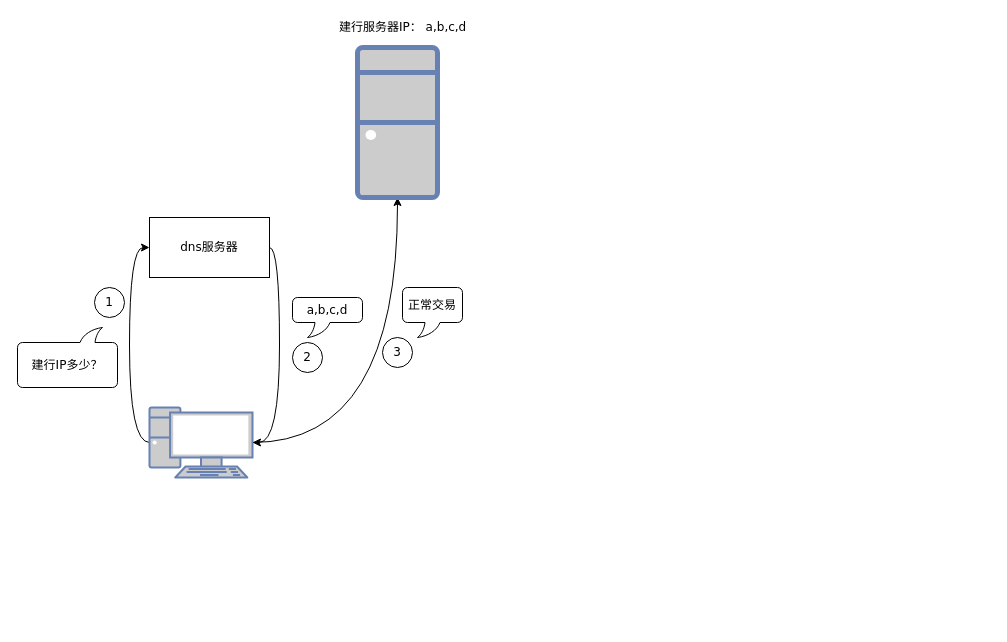
The draw.io diagram page "Page-1" (1 of 2) of Untitled Diagram.drawio in ggandycong/blog-image, before the edit. Source tidied: cells renumbered, new cells numbered last; positions are measured from the earlier drawing's top-left corner, leaving out a move shared by most shapes. Both pictures are drawn from the tidied source at 100%, with x=0, y=0 at pixel (17, 17).
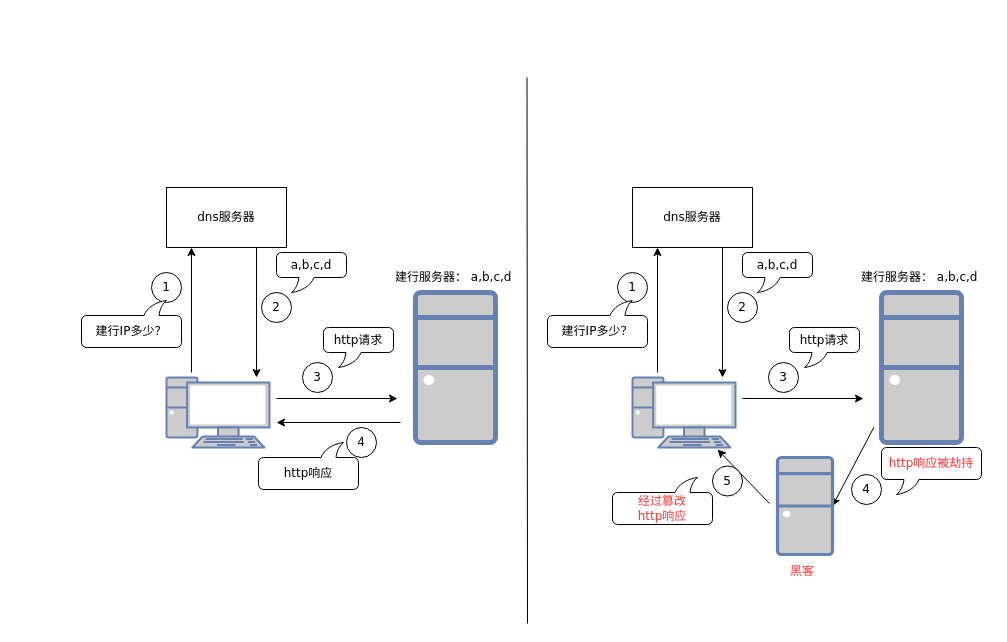
After the change.

The edit, as a diff of the source:
```diff
@@
-    <mxCell id="2" style="edgeStyle=orthogonalEdgeStyle;curved=1;rounded=0;jettySize=auto;html=1;entryX=0;entryY=0.5;entryDx=0;entryDy=0;fontFamily=Verdana;exitX=0;exitY=0.5;exitDx=0;exitDy=0;exitPerimeter=0;" parent="1" edge="1" source="4" target="6">
-      <mxGeometry relative="1" as="geometry">
-        <Array as="points">
-          <mxPoint x="112" y="425" />
-          <mxPoint x="112" y="230" />
-        </Array>
-      </mxGeometry>
-    </mxCell>
-    <mxCell id="3" style="edgeStyle=orthogonalEdgeStyle;curved=1;rounded=0;jettySize=auto;html=1;exitX=1;exitY=0.5;exitDx=0;exitDy=0;exitPerimeter=0;fontFamily=Verdana;" parent="1" edge="1" source="4" target="11">
-      <mxGeometry relative="1" as="geometry">
-        <Array as="points">
-          <mxPoint x="380" y="425" />
-        </Array>
-      </mxGeometry>
-    </mxCell>
     <mxCell id="4" style="fontColor=#0066CC;verticalAlign=top;verticalLabelPosition=bottom;labelPosition=center;align=center;html=1;outlineConnect=0;fillColor=#CCCCCC;strokeColor=#6881B3;gradientColor=none;gradientDirection=north;strokeWidth=2;shape=mxgraph.networks.pc;shadow=0;" parent="1" vertex="1">
-      <mxGeometry x="132" y="390" width="103" height="70" as="geometry" />
+      <mxGeometry x="149" y="360" width="103" height="70" as="geometry" />
     </mxCell>
-    <mxCell id="5" style="edgeStyle=orthogonalEdgeStyle;curved=1;rounded=0;jettySize=auto;html=1;entryX=1;entryY=0.5;entryDx=0;entryDy=0;entryPerimeter=0;fontFamily=Verdana;exitX=1;exitY=0.5;exitDx=0;exitDy=0;" parent="1" edge="1" source="6" target="4">
-      <mxGeometry relative="1" as="geometry">
-        <Array as="points">
-          <mxPoint x="262" y="230" />
-          <mxPoint x="262" y="425" />
-        </Array>
-      </mxGeometry>
-    </mxCell>
     <mxCell id="6" value="dns服务器" style="rounded=0;whiteSpace=wrap;html=1;shadow=0;fontFamily=Verdana;" parent="1" vertex="1">
-      <mxGeometry x="132" y="200" width="120" height="60" as="geometry" />
+      <mxGeometry x="149" y="170" width="120" height="60" as="geometry" />
     </mxCell>
     <mxCell id="7" value="1" style="ellipse;whiteSpace=wrap;html=1;shadow=0;fontFamily=Verdana;" parent="1" vertex="1">
-      <mxGeometry x="77" y="270" width="30" height="30" as="geometry" />
+      <mxGeometry x="134" y="255" width="30" height="30" as="geometry" />
     </mxCell>
     <mxCell id="8" value="2" style="ellipse;whiteSpace=wrap;html=1;shadow=0;fontFamily=Verdana;" parent="1" vertex="1">
-      <mxGeometry x="275" y="325" width="30" height="30" as="geometry" />
+      <mxGeometry x="244" y="275" width="30" height="30" as="geometry" />
     </mxCell>
     <mxCell id="9" value="建行IP多少？" style="whiteSpace=wrap;html=1;shape=mxgraph.basic.roundRectCallout;dx=30;dy=15;size=5;boundedLbl=1;shadow=0;fontFamily=Verdana;direction=west;" parent="1" vertex="1">
-      <mxGeometry y="310" width="100" height="60" as="geometry" />
+      <mxGeometry x="64" y="283" width="100" height="47" as="geometry" />
     </mxCell>
     <mxCell id="10" value="a,b,c,d" style="whiteSpace=wrap;html=1;shape=mxgraph.basic.roundRectCallout;dx=30;dy=15;size=5;boundedLbl=1;shadow=0;fontFamily=Verdana;" parent="1" vertex="1">
-      <mxGeometry x="275" y="280" width="70" height="40" as="geometry" />
+      <mxGeometry x="259" y="235" width="70" height="40" as="geometry" />
     </mxCell>
     <mxCell id="11" style="fontColor=#0066CC;verticalAlign=top;verticalLabelPosition=bottom;labelPosition=center;align=center;html=1;outlineConnect=0;fillColor=#CCCCCC;strokeColor=#6881B3;gradientColor=none;gradientDirection=north;strokeWidth=2;shape=mxgraph.networks.desktop_pc;shadow=0;" parent="1" vertex="1">
-      <mxGeometry x="340" y="30" width="80" height="150" as="geometry" />
+      <mxGeometry x="398" y="275" width="80" height="150" as="geometry" />
     </mxCell>
-    <mxCell id="12" value="建行服务器IP： a,b,c,d" style="text;html=1;align=left;verticalAlign=top;spacingTop=-4;fontFamily=Verdana;" parent="1" vertex="1">
-      <mxGeometry x="320" width="150" height="20" as="geometry" />
+    <mxCell id="12" value="建行服务器： a,b,c,d" style="text;html=1;align=left;verticalAlign=top;spacingTop=-4;fontFamily=Verdana;" parent="1" vertex="1">
+      <mxGeometry x="376" y="250" width="130" height="20" as="geometry" />
     </mxCell>
-    <mxCell id="13" value="3" style="ellipse;whiteSpace=wrap;html=1;shadow=0;fontFamily=Verdana;" parent="1" vertex="1">
-      <mxGeometry x="365" y="320" width="30" height="30" as="geometry" />
-    </mxCell>
-    <mxCell id="14" value="正常交易" style="whiteSpace=wrap;html=1;shape=mxgraph.basic.roundRectCallout;dx=30;dy=15;size=5;boundedLbl=1;shadow=0;fontFamily=Verdana;" parent="1" vertex="1">
-      <mxGeometry x="385" y="270" width="60" height="50" as="geometry" />
-    </mxCell>
+    <mxCell id="15" style="endArrow=classic;html=1;fontFamily=Verdana;" parent="1" edge="1">
+      <mxGeometry relative="1" as="geometry">
+        <mxPoint x="259" y="381" as="sourcePoint" />
+        <mxPoint x="380" y="381" as="targetPoint" />
+      </mxGeometry>
+    </mxCell>
+    <mxCell id="16" style="endArrow=classic;html=1;fontFamily=Verdana;" parent="1" edge="1">
+      <mxGeometry relative="1" as="geometry">
+        <mxPoint x="174" y="355" as="sourcePoint" />
+        <mxPoint x="174" y="230" as="targetPoint" />
+      </mxGeometry>
+    </mxCell>
+    <mxCell id="5" style="endArrow=classic;html=1;fontFamily=Verdana;exitX=0.75;exitY=1;exitDx=0;exitDy=0;entryX=0.874;entryY=0;entryDx=0;entryDy=0;entryPerimeter=0;" parent="1" edge="1" source="6" target="4">
+      <mxGeometry relative="1" as="geometry" />
+    </mxCell>
+    <mxCell id="17" value="3" style="ellipse;whiteSpace=wrap;html=1;shadow=0;fontFamily=Verdana;" parent="1" vertex="1">
+      <mxGeometry x="285" y="345" width="30" height="30" as="geometry" />
+    </mxCell>
+    <mxCell id="18" value="http请求" style="whiteSpace=wrap;html=1;shape=mxgraph.basic.roundRectCallout;dx=30;dy=15;size=5;boundedLbl=1;shadow=0;fontFamily=Verdana;" parent="1" vertex="1">
+      <mxGeometry x="306" y="310" width="70" height="40" as="geometry" />
+    </mxCell>
+    <mxCell id="19" style="endArrow=none;html=1;fontFamily=Verdana;" parent="1" edge="1">
+      <mxGeometry relative="1" as="geometry">
+        <mxPoint x="510" y="606" as="sourcePoint" />
+        <mxPoint x="509.5" y="60" as="targetPoint" />
+      </mxGeometry>
+    </mxCell>
+    <mxCell id="20" style="fontColor=#0066CC;verticalAlign=top;verticalLabelPosition=bottom;labelPosition=center;align=center;html=1;outlineConnect=0;fillColor=#CCCCCC;strokeColor=#6881B3;gradientColor=none;gradientDirection=north;strokeWidth=2;shape=mxgraph.networks.pc;shadow=0;" parent="1" vertex="1">
+      <mxGeometry x="615" y="360" width="103" height="70" as="geometry" />
+    </mxCell>
+    <mxCell id="21" value="dns服务器" style="rounded=0;whiteSpace=wrap;html=1;shadow=0;fontFamily=Verdana;" parent="1" vertex="1">
+      <mxGeometry x="615" y="170" width="120" height="60" as="geometry" />
+    </mxCell>
+    <mxCell id="22" value="1" style="ellipse;whiteSpace=wrap;html=1;shadow=0;fontFamily=Verdana;" parent="1" vertex="1">
+      <mxGeometry x="600" y="255" width="30" height="30" as="geometry" />
+    </mxCell>
+    <mxCell id="23" value="2" style="ellipse;whiteSpace=wrap;html=1;shadow=0;fontFamily=Verdana;" parent="1" vertex="1">
+      <mxGeometry x="710" y="275" width="30" height="30" as="geometry" />
+    </mxCell>
+    <mxCell id="24" value="建行IP多少？" style="whiteSpace=wrap;html=1;shape=mxgraph.basic.roundRectCallout;dx=30;dy=15;size=5;boundedLbl=1;shadow=0;fontFamily=Verdana;direction=west;" parent="1" vertex="1">
+      <mxGeometry x="530" y="283" width="100" height="47" as="geometry" />
+    </mxCell>
+    <mxCell id="25" value="a,b,c,d" style="whiteSpace=wrap;html=1;shape=mxgraph.basic.roundRectCallout;dx=30;dy=15;size=5;boundedLbl=1;shadow=0;fontFamily=Verdana;" parent="1" vertex="1">
+      <mxGeometry x="725" y="235" width="70" height="40" as="geometry" />
+    </mxCell>
+    <mxCell id="26" style="fontColor=#0066CC;verticalAlign=top;verticalLabelPosition=bottom;labelPosition=center;align=center;html=1;fillColor=#CCCCCC;strokeColor=#6881B3;gradientColor=none;gradientDirection=north;strokeWidth=2;shape=mxgraph.networks.desktop_pc;shadow=0;" parent="1" vertex="1">
+      <mxGeometry x="864" y="275" width="80" height="150" as="geometry" />
+    </mxCell>
+    <mxCell id="27" style="endArrow=classic;html=1;fontFamily=Verdana;" parent="1" edge="1">
+      <mxGeometry relative="1" as="geometry">
+        <mxPoint x="725" y="381" as="sourcePoint" />
+        <mxPoint x="846" y="381" as="targetPoint" />
+      </mxGeometry>
+    </mxCell>
+    <mxCell id="28" style="endArrow=classic;html=1;fontFamily=Verdana;" parent="1" edge="1">
+      <mxGeometry relative="1" as="geometry">
+        <mxPoint x="640" y="355" as="sourcePoint" />
+        <mxPoint x="640" y="230" as="targetPoint" />
+      </mxGeometry>
+    </mxCell>
+    <mxCell id="29" style="endArrow=classic;html=1;fontFamily=Verdana;exitX=0.75;exitY=1;exitDx=0;exitDy=0;entryX=0.874;entryY=0;entryDx=0;entryDy=0;entryPerimeter=0;" parent="1" edge="1" source="21" target="20">
+      <mxGeometry relative="1" as="geometry" />
+    </mxCell>
+    <mxCell id="30" value="3" style="ellipse;whiteSpace=wrap;html=1;shadow=0;fontFamily=Verdana;" parent="1" vertex="1">
+      <mxGeometry x="751" y="345" width="30" height="30" as="geometry" />
+    </mxCell>
+    <mxCell id="31" value="http请求" style="whiteSpace=wrap;html=1;shape=mxgraph.basic.roundRectCallout;dx=30;dy=15;size=5;boundedLbl=1;shadow=0;fontFamily=Verdana;" parent="1" vertex="1">
+      <mxGeometry x="772" y="310" width="70" height="40" as="geometry" />
+    </mxCell>
+    <mxCell id="32" value="建行服务器： a,b,c,d" style="text;html=1;align=left;verticalAlign=top;spacingTop=-4;fontFamily=Verdana;" parent="1" vertex="1">
+      <mxGeometry x="842" y="250" width="130" height="20" as="geometry" />
+    </mxCell>
+    <mxCell id="33" style="endArrow=classic;html=1;fontFamily=Verdana;" parent="1" edge="1">
+      <mxGeometry relative="1" as="geometry">
+        <mxPoint x="383" y="405" as="sourcePoint" />
+        <mxPoint x="259" y="405" as="targetPoint" />
+      </mxGeometry>
+    </mxCell>
+    <mxCell id="34" value="4" style="ellipse;whiteSpace=wrap;html=1;shadow=0;fontFamily=Verdana;" parent="1" vertex="1">
+      <mxGeometry x="329" y="410" width="30" height="30" as="geometry" />
+    </mxCell>
+    <mxCell id="35" value="http响应" style="whiteSpace=wrap;html=1;shape=mxgraph.basic.roundRectCallout;dx=30;dy=15;size=5;boundedLbl=1;shadow=0;fontFamily=Verdana;direction=west;" parent="1" vertex="1">
+      <mxGeometry x="241" y="425" width="100" height="47" as="geometry" />
+    </mxCell>
+    <mxCell id="36" style="endArrow=classic;html=1;fontFamily=Verdana;entryX=1;entryY=0.5;entryDx=0;entryDy=0;entryPerimeter=0;" parent="1" edge="1" target="39">
+      <mxGeometry relative="1" as="geometry">
+        <mxPoint x="856.5" y="409.5" as="sourcePoint" />
+      </mxGeometry>
+    </mxCell>
+    <mxCell id="37" value="4" style="ellipse;whiteSpace=wrap;html=1;shadow=0;fontFamily=Verdana;" parent="1" vertex="1">
+      <mxGeometry x="834" y="457" width="30" height="30" as="geometry" />
+    </mxCell>
+    <mxCell id="38" value="&lt;font color=&quot;#ff3333&quot;&gt;http响应被劫持&lt;/font&gt;" style="whiteSpace=wrap;html=1;shape=mxgraph.basic.roundRectCallout;dx=30;dy=15;size=5;boundedLbl=1;shadow=0;fontFamily=Verdana;direction=east;" parent="1" vertex="1">
+      <mxGeometry x="864" y="430" width="100" height="47" as="geometry" />
+    </mxCell>
+    <mxCell id="39" style="fontColor=#0066CC;verticalAlign=top;verticalLabelPosition=bottom;labelPosition=center;align=center;html=1;outlineConnect=0;fillColor=#CCCCCC;strokeColor=#6881B3;gradientColor=none;gradientDirection=north;strokeWidth=2;shape=mxgraph.networks.desktop_pc;shadow=0;" parent="1" vertex="1">
+      <mxGeometry x="760" y="440" width="55" height="97" as="geometry" />
+    </mxCell>
+    <mxCell id="40" value="&lt;font color=&quot;#ff3333&quot;&gt;黑客&lt;/font&gt;" style="text;html=1;align=left;verticalAlign=top;spacingTop=-4;fontFamily=Verdana;" parent="1" vertex="1">
+      <mxGeometry x="770.5" y="544" width="34" height="14" as="geometry" />
+    </mxCell>
+    <mxCell id="41" style="endArrow=classic;html=1;fontFamily=Verdana;" parent="1" edge="1">
+      <mxGeometry relative="1" as="geometry">
+        <mxPoint x="752" y="486" as="sourcePoint" />
+        <mxPoint x="700" y="432" as="targetPoint" />
+      </mxGeometry>
+    </mxCell>
+    <mxCell id="42" value="5" style="ellipse;whiteSpace=wrap;html=1;shadow=0;fontFamily=Verdana;" parent="1" vertex="1">
+      <mxGeometry x="695" y="448.5" width="30" height="30" as="geometry" />
+    </mxCell>
+    <mxCell id="43" value="&lt;font color=&quot;#ff3333&quot;&gt;经过篡改&lt;br&gt;http响应&lt;/font&gt;" style="whiteSpace=wrap;html=1;shape=mxgraph.basic.roundRectCallout;dx=30;dy=15;size=5;boundedLbl=1;shadow=0;fontFamily=Verdana;direction=west;" parent="1" vertex="1">
+      <mxGeometry x="595" y="460" width="100" height="47" as="geometry" />
+    </mxCell>
```
